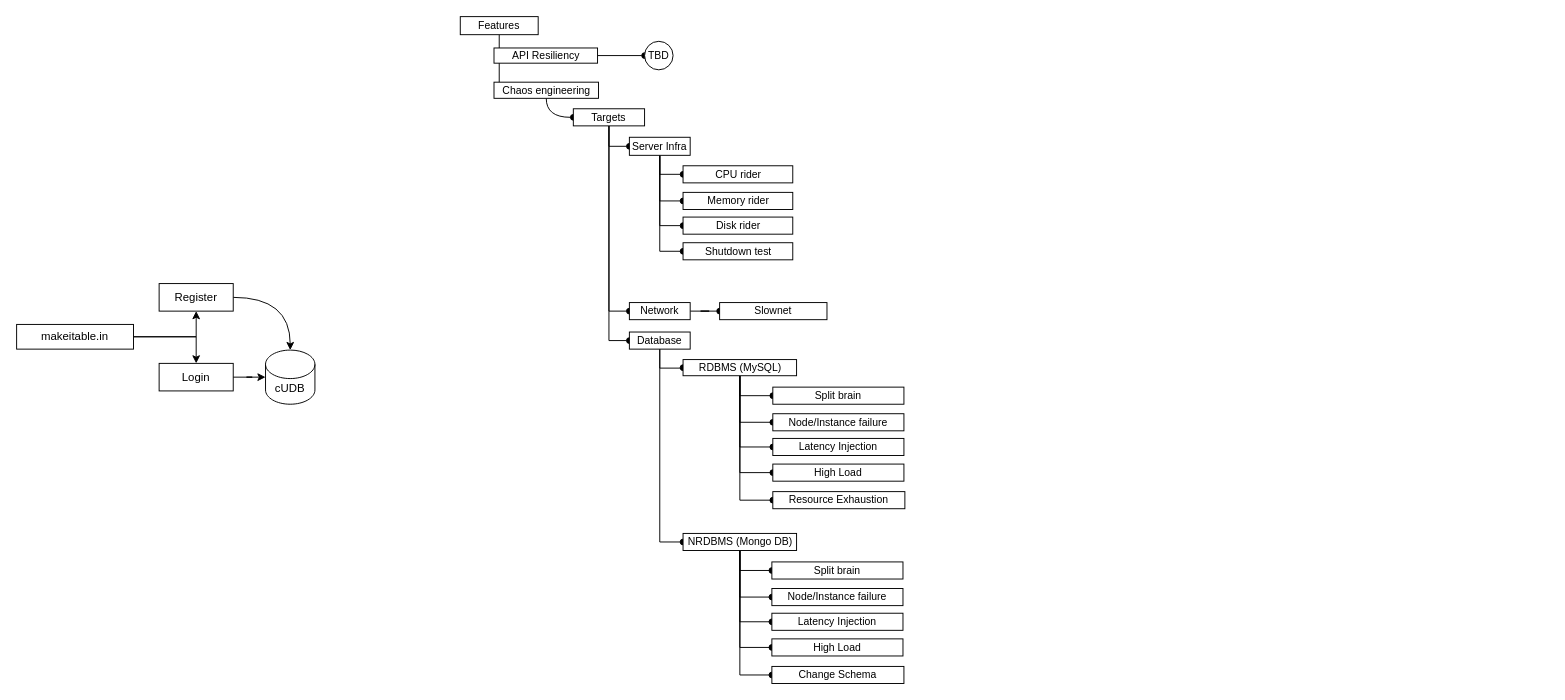
shayansaha85/DrawIO_Diagrams keeps this draw.io diagram as page "Page-1" (1 of 2) of makeitable_primary_architecture_and_plan.drawio. Above is the earlier version. Source tidied: cells renumbered, new cells numbered last; positions are measured from the earlier drawing's top-left corner, leaving out a move shared by most shapes. Both pictures are drawn from the tidied source at 95%, with x=0, y=0 at pixel (16, 16).
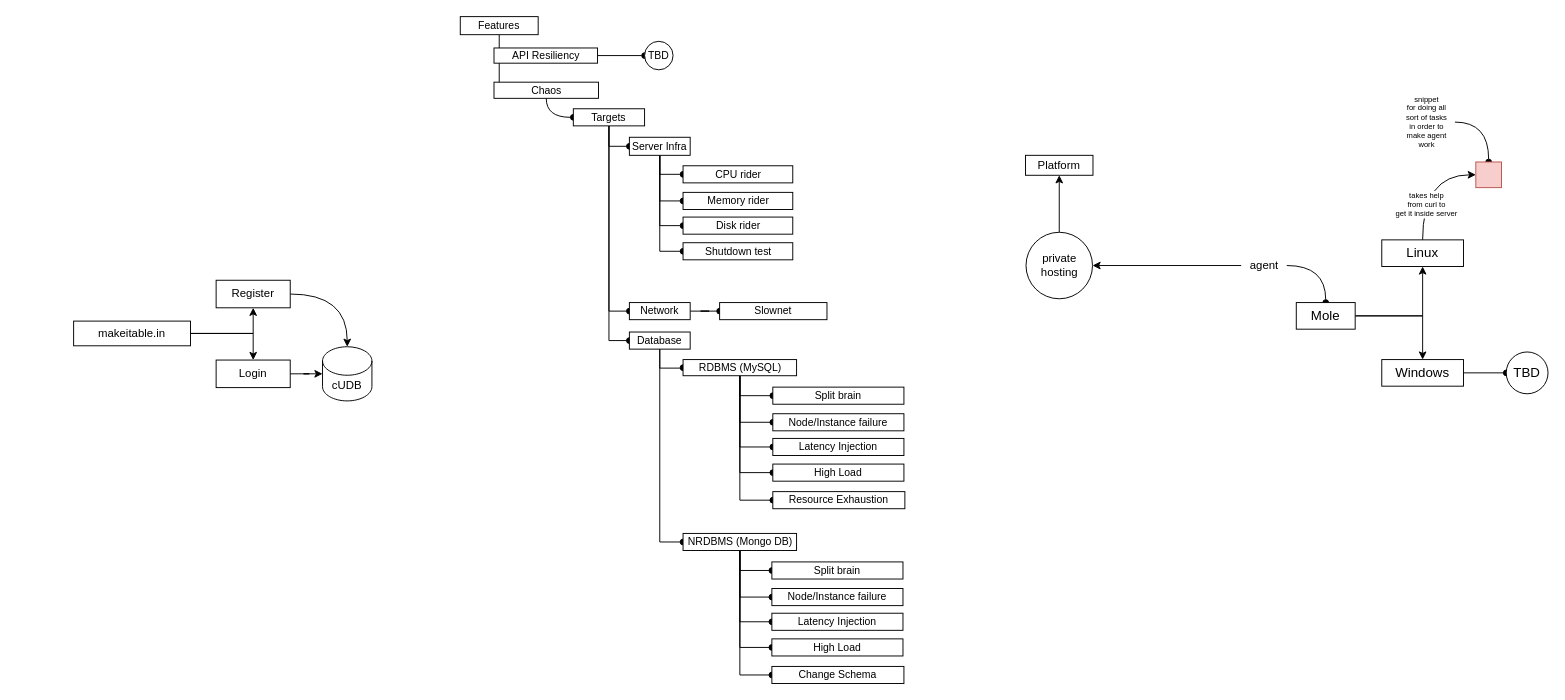
The same diagram, later.

The edit, as a diff of the source:
```diff
@@
+    <mxCell id="59" style="edgeStyle=orthogonalEdgeStyle;rounded=0;jettySize=auto;html=1;curved=1;endArrow=oval;endFill=1;" parent="1" edge="1" source="73" target="72">
+      <mxGeometry relative="1" as="geometry" />
+    </mxCell>
+    <mxCell id="60" style="edgeStyle=orthogonalEdgeStyle;rounded=0;jettySize=auto;html=1;entryX=0.5;entryY=0;entryDx=0;entryDy=0;curved=1;endArrow=oval;endFill=1;" parent="1" edge="1" source="71" target="63">
+      <mxGeometry relative="1" as="geometry" />
+    </mxCell>
@@
     <mxCell id="10" value="makeitable.in" style="rounded=0;whiteSpace=wrap;html=1;" parent="1" vertex="1">
-      <mxGeometry y="324" width="123" height="26" as="geometry" />
+      <mxGeometry x="60" y="320.5" width="123" height="26" as="geometry" />
     </mxCell>
@@
     <mxCell id="12" value="Register" style="rounded=0;whiteSpace=wrap;html=1;" parent="1" vertex="1">
-      <mxGeometry x="150" y="281" width="78" height="29" as="geometry" />
+      <mxGeometry x="210" y="277.5" width="78" height="29" as="geometry" />
     </mxCell>
     <mxCell id="13" value="Login" style="rounded=0;whiteSpace=wrap;html=1;" parent="1" vertex="1">
-      <mxGeometry x="150" y="365" width="78" height="29" as="geometry" />
+      <mxGeometry x="210" y="361.5" width="78" height="29" as="geometry" />
     </mxCell>
     <mxCell id="14" value="cUDB" style="shape=cylinder3;whiteSpace=wrap;html=1;boundedLbl=1;backgroundOutline=1;size=15;" parent="1" vertex="1">
-      <mxGeometry x="262" y="351" width="52" height="57" as="geometry" />
+      <mxGeometry x="322" y="347.5" width="52" height="57" as="geometry" />
     </mxCell>
@@
-    <mxCell id="20" value="Chaos engineering" style="rounded=0;whiteSpace=wrap;html=1;fontSize=11;" parent="1" vertex="1">
+    <mxCell id="20" value="Chaos" style="rounded=0;whiteSpace=wrap;html=1;fontSize=11;" parent="1" vertex="1">
       <mxGeometry x="502.5" y="69" width="110" height="17" as="geometry" />
     </mxCell>
@@
+    <mxCell id="61" style="edgeStyle=orthogonalEdgeStyle;rounded=0;jettySize=auto;html=1;entryX=0.5;entryY=1;entryDx=0;entryDy=0;" parent="1" edge="1" source="63" target="66">
+      <mxGeometry relative="1" as="geometry" />
+    </mxCell>
+    <mxCell id="62" style="edgeStyle=orthogonalEdgeStyle;rounded=0;jettySize=auto;html=1;entryX=0.5;entryY=0;entryDx=0;entryDy=0;" parent="1" edge="1" source="63" target="68">
+      <mxGeometry relative="1" as="geometry" />
+    </mxCell>
+    <mxCell id="63" value="Mole" style="rounded=0;whiteSpace=wrap;html=1;fontSize=14;" parent="1" vertex="1">
+      <mxGeometry x="1347" y="301" width="62" height="28" as="geometry" />
+    </mxCell>
+    <mxCell id="64" style="edgeStyle=orthogonalEdgeStyle;rounded=0;jettySize=auto;html=1;entryX=0;entryY=0.5;entryDx=0;entryDy=0;exitX=0.5;exitY=0;exitDx=0;exitDy=0;curved=1;" parent="1" edge="1" source="66" target="72">
+      <mxGeometry relative="1" as="geometry" />
+    </mxCell>
+    <mxCell id="65" value="&lt;font style=&quot;font-size: 8px;&quot;&gt;takes help&lt;/font&gt;&lt;div style=&quot;font-size: 8px;&quot;&gt;&lt;font style=&quot;font-size: 8px;&quot;&gt;from curl to&lt;/font&gt;&lt;/div&gt;&lt;div style=&quot;font-size: 8px;&quot;&gt;&lt;font style=&quot;font-size: 8px;&quot;&gt;get it inside server&lt;/font&gt;&lt;/div&gt;" style="edgeLabel;html=1;align=center;verticalAlign=middle;fontSize=8;" parent="64" vertex="1">
+      <mxGeometry x="0.07" y="-18" relative="1" as="geometry">
+        <mxPoint x="-15" y="29" as="offset" />
+      </mxGeometry>
+    </mxCell>
+    <mxCell id="66" value="Linux" style="rounded=0;whiteSpace=wrap;html=1;fontSize=14;" parent="1" vertex="1">
+      <mxGeometry x="1437" y="235" width="86" height="28" as="geometry" />
+    </mxCell>
+    <mxCell id="67" style="edgeStyle=orthogonalEdgeStyle;rounded=0;jettySize=auto;html=1;endArrow=oval;endFill=1;" parent="1" edge="1" source="68" target="69">
+      <mxGeometry relative="1" as="geometry" />
+    </mxCell>
+    <mxCell id="68" value="Windows" style="rounded=0;whiteSpace=wrap;html=1;fontSize=14;" parent="1" vertex="1">
+      <mxGeometry x="1437" y="361" width="86" height="28" as="geometry" />
+    </mxCell>
+    <mxCell id="69" value="TBD" style="ellipse;whiteSpace=wrap;html=1;fontSize=14;rounded=0;" parent="1" vertex="1">
+      <mxGeometry x="1568" y="353" width="44" height="44" as="geometry" />
+    </mxCell>
+    <mxCell id="70" style="edgeStyle=orthogonalEdgeStyle;rounded=0;jettySize=auto;html=1;" parent="1" edge="1" source="71" target="75">
+      <mxGeometry relative="1" as="geometry" />
+    </mxCell>
+    <mxCell id="71" value="agent" style="text;html=1;align=center;verticalAlign=middle;points=[];strokeColor=none;fillColor=none;" parent="1" vertex="1">
+      <mxGeometry x="1289" y="249" width="48" height="26" as="geometry" />
+    </mxCell>
+    <mxCell id="72" style="rounded=0;whiteSpace=wrap;html=1;fillColor=#f8cecc;strokeColor=#b85450;" parent="1" vertex="1">
+      <mxGeometry x="1536" y="153" width="27" height="27" as="geometry" />
+    </mxCell>
+    <mxCell id="73" value="snippet&lt;div style=&quot;font-size: 8px;&quot;&gt;for doing all&lt;/div&gt;&lt;div style=&quot;font-size: 8px;&quot;&gt;sort of tasks&lt;/div&gt;&lt;div style=&quot;font-size: 8px;&quot;&gt;in order to&lt;/div&gt;&lt;div style=&quot;font-size: 8px;&quot;&gt;make agent&lt;/div&gt;&lt;div style=&quot;font-size: 8px;&quot;&gt;work&lt;/div&gt;" style="text;html=1;align=center;verticalAlign=middle;points=[];strokeColor=none;fillColor=none;fontSize=8;" parent="1" vertex="1">
+      <mxGeometry x="1453" y="76" width="61" height="70" as="geometry" />
+    </mxCell>
+    <mxCell id="74" style="edgeStyle=orthogonalEdgeStyle;rounded=0;jettySize=auto;html=1;entryX=0.5;entryY=1;entryDx=0;entryDy=0;" parent="1" edge="1" source="75" target="76">
+      <mxGeometry relative="1" as="geometry" />
+    </mxCell>
+    <mxCell id="75" value="private hosting" style="ellipse;whiteSpace=wrap;html=1;" parent="1" vertex="1">
+      <mxGeometry x="1062.5" y="227" width="70" height="70" as="geometry" />
+    </mxCell>
+    <mxCell id="76" value="Platform" style="rounded=0;whiteSpace=wrap;html=1;" parent="1" vertex="1">
+      <mxGeometry x="1062" y="146" width="71" height="21" as="geometry" />
+    </mxCell>
```
